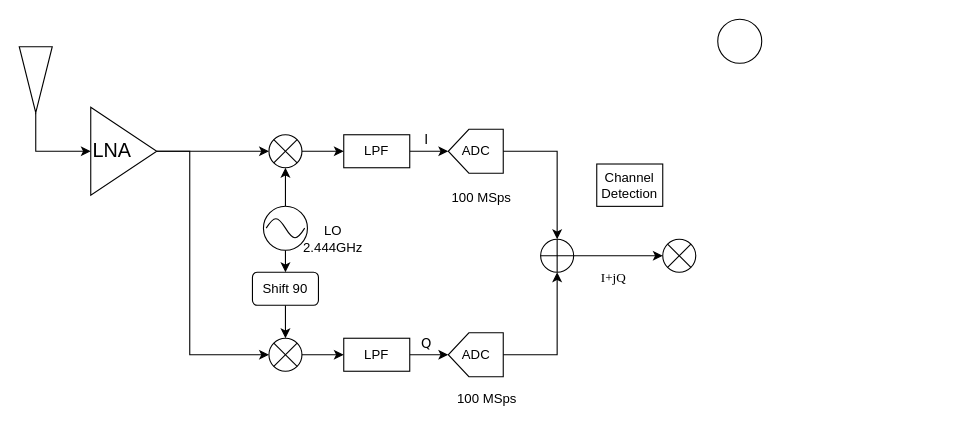
mkashani-phd/BLEWBAN_Dataset keeps this draw.io diagram as Examples/img/preprocessing.drawio. Above is the earlier version. Source tidied: cells renumbered, new cells numbered last; positions are measured from the earlier drawing's top-left corner, leaving out a move shared by most shapes. Both pictures are drawn from the tidied source at 110%, with x=0, y=0 at pixel (2, 19).
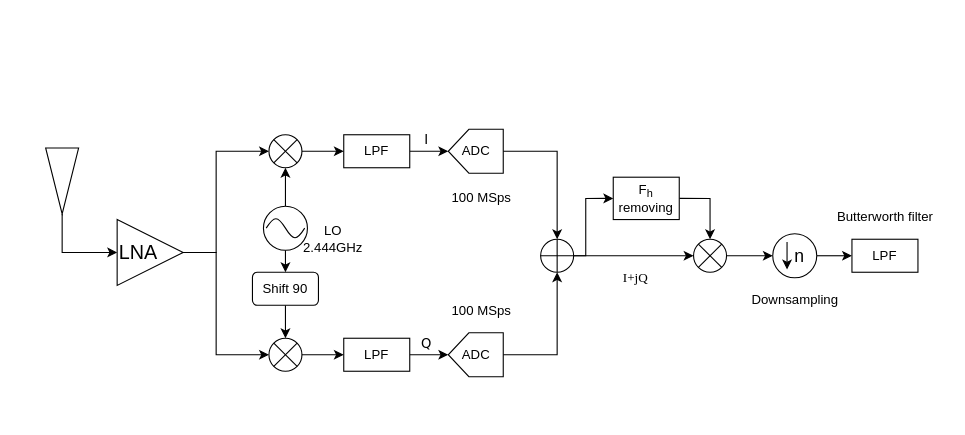
Above is the later version.

Unchanged cells that the change refers to:
```xml
<mxCell id="8" style="ellipse;whiteSpace=wrap;html=1;" parent="7" vertex="1">
  <mxGeometry width="30" height="30" as="geometry" />
</mxCell>
<mxCell id="12" style="ellipse;whiteSpace=wrap;html=1;" parent="11" vertex="1">
  <mxGeometry width="30" height="30" as="geometry" />
</mxCell>
<mxCell id="41" style="ellipse;whiteSpace=wrap;html=1;rotation=45;" parent="40" vertex="1">
  <mxGeometry width="30" height="30" as="geometry" />
</mxCell>
<mxCell id="45" style="ellipse;whiteSpace=wrap;html=1;" parent="44" vertex="1">
  <mxGeometry width="30" height="30" as="geometry" />
</mxCell>
```

The edit, as a diff of the source:
```diff
@@
     <mxCell id="3" style="triangle;whiteSpace=wrap;html=1;rotation=90;" parent="1" vertex="1">
-      <mxGeometry y="40" width="60" height="30" as="geometry" />
+      <mxGeometry x="24" y="132" width="60" height="30" as="geometry" />
     </mxCell>
+    <mxCell id="5" style="edgeStyle=orthogonalEdgeStyle;rounded=0;jettySize=auto;html=1;exitX=1;exitY=0.5;exitDx=0;exitDy=0;entryX=0;entryY=0.5;entryDx=0;entryDy=0;" parent="1" edge="1" source="6" target="12">
+      <mxGeometry relative="1" as="geometry">
+        <Array as="points">
+          <mxPoint x="194" y="212" />
+          <mxPoint x="194" y="305" />
+        </Array>
+      </mxGeometry>
+    </mxCell>
-    <mxCell id="4" style="edgeStyle=none;rounded=0;jettySize=auto;html=1;exitX=1;exitY=0.5;exitDx=0;exitDy=0;entryX=0;entryY=0.5;entryDx=0;entryDy=0;" parent="1" edge="1" source="6" target="8">
-      <mxGeometry relative="1" as="geometry" />
+    <mxCell id="4" style="edgeStyle=orthogonalEdgeStyle;rounded=0;jettySize=auto;html=1;exitX=1;exitY=0.5;exitDx=0;exitDy=0;entryX=0;entryY=0.5;entryDx=0;entryDy=0;" parent="1" edge="1" source="6" target="8">
+      <mxGeometry relative="1" as="geometry">
+        <Array as="points">
+          <mxPoint x="194" y="212" />
+          <mxPoint x="194" y="120" />
+        </Array>
+      </mxGeometry>
     </mxCell>
-    <mxCell id="5" style="edgeStyle=orthogonalEdgeStyle;rounded=0;jettySize=auto;html=1;exitX=1;exitY=0.5;exitDx=0;exitDy=0;entryX=0;entryY=0.5;entryDx=0;entryDy=0;" parent="1" edge="1" source="6" target="12">
-      <mxGeometry relative="1" as="geometry">
-        <Array as="points">
-          <mxPoint x="170" y="120" />
-          <mxPoint x="170" y="305" />
-        </Array>
-      </mxGeometry>
-    </mxCell>
     <mxCell id="6" value="&lt;font style=&quot;font-size: 18px;&quot;&gt;LNA&lt;/font&gt;" style="triangle;whiteSpace=wrap;html=1;align=left;" parent="1" vertex="1">
-      <mxGeometry x="80" y="80" width="60" height="80" as="geometry" />
+      <mxGeometry x="104" y="182" width="60" height="60" as="geometry" />
     </mxCell>
@@
     <mxCell id="35" value="100 MSps" style="text;html=1;align=center;verticalAlign=middle;strokeColor=none;fillColor=none;" parent="1" vertex="1">
-      <mxGeometry x="400" y="330" width="80" height="30" as="geometry" />
+      <mxGeometry x="395" y="250" width="80" height="30" as="geometry" />
     </mxCell>
@@
+    <mxCell id="51" style="edgeStyle=orthogonalEdgeStyle;rounded=0;jettySize=auto;html=1;exitX=1;exitY=0.5;exitDx=0;exitDy=0;entryX=0;entryY=0.5;entryDx=0;entryDy=0;" parent="1" edge="1" source="39" target="57">
+      <mxGeometry relative="1" as="geometry" />
+    </mxCell>
-    <mxCell id="39" style="ellipse;whiteSpace=wrap;html=1;" parent="1" vertex="1">
-      <mxGeometry x="650" width="40" height="40" as="geometry" />
+    <mxCell id="39" value="&lt;font style=&quot;font-size: 16px;&quot;&gt;&amp;nbsp; n&lt;/font&gt;" style="ellipse;whiteSpace=wrap;html=1;" parent="1" vertex="1">
+      <mxGeometry x="700" y="195" width="40" height="40" as="geometry" />
     </mxCell>
@@
     <mxCell id="44" style="group;" parent="1" vertex="1">
-      <mxGeometry x="600" y="200" width="30" height="30" as="geometry" />
+      <mxGeometry x="628" y="200" width="30" height="30" as="geometry" />
     </mxCell>
@@
     <mxCell id="49" value="&lt;font face=&quot;Times New Roman&quot;&gt;I+jQ&lt;/font&gt;" style="text;html=1;align=center;verticalAlign=middle;strokeColor=none;fillColor=none;" parent="1" vertex="1">
-      <mxGeometry x="530" y="220" width="50" height="30" as="geometry" />
+      <mxGeometry x="550" y="220" width="50" height="30" as="geometry" />
     </mxCell>
+    <mxCell id="52" style="edgeStyle=orthogonalEdgeStyle;rounded=0;jettySize=auto;html=1;exitX=1;exitY=0.5;exitDx=0;exitDy=0;entryX=0.5;entryY=0;entryDx=0;entryDy=0;" parent="1" edge="1" source="50" target="45">
+      <mxGeometry relative="1" as="geometry" />
+    </mxCell>
-    <mxCell id="50" value="Channel Detection" style="rounded=0;whiteSpace=wrap;html=1;" parent="1" vertex="1">
-      <mxGeometry x="540" y="131.6" width="60" height="38.5" as="geometry" />
+    <mxCell id="50" value="F&lt;sub&gt;h&lt;/sub&gt; removing" style="rounded=0;whiteSpace=wrap;html=1;" parent="1" vertex="1">
+      <mxGeometry x="555" y="143.6" width="60" height="38.5" as="geometry" />
     </mxCell>
+    <mxCell id="53" style="edgeStyle=orthogonalEdgeStyle;rounded=0;jettySize=auto;html=1;exitX=1;exitY=0;exitDx=0;exitDy=0;entryX=0;entryY=0.5;entryDx=0;entryDy=0;" parent="1" edge="1" source="41" target="50">
+      <mxGeometry relative="1" as="geometry">
+        <Array as="points">
+          <mxPoint x="530" y="215" />
+          <mxPoint x="530" y="163" />
+        </Array>
+      </mxGeometry>
+    </mxCell>
+    <mxCell id="54" style="edgeStyle=orthogonalEdgeStyle;rounded=0;jettySize=auto;html=1;exitX=1;exitY=0.5;exitDx=0;exitDy=0;" parent="1" edge="1" source="45" target="39">
+      <mxGeometry relative="1" as="geometry" />
+    </mxCell>
+    <mxCell id="55" style="endArrow=classic;html=1;rounded=0;" parent="1" edge="1">
+      <mxGeometry relative="1" as="geometry">
+        <mxPoint x="713" y="202.5" as="sourcePoint" />
+        <mxPoint x="713" y="227.5" as="targetPoint" />
+      </mxGeometry>
+    </mxCell>
+    <mxCell id="56" value="Downsampling" style="text;html=1;align=center;verticalAlign=middle;strokeColor=none;fillColor=none;" parent="1" vertex="1">
+      <mxGeometry x="670" y="240" width="100" height="30" as="geometry" />
+    </mxCell>
+    <mxCell id="57" value="LPF" style="rounded=0;whiteSpace=wrap;html=1;" parent="1" vertex="1">
+      <mxGeometry x="772" y="200" width="60" height="30" as="geometry" />
+    </mxCell>
+    <mxCell id="58" value="Butterworth filter" style="text;html=1;align=center;verticalAlign=middle;strokeColor=none;fillColor=none;" parent="1" vertex="1">
+      <mxGeometry x="747" y="165" width="110" height="30" as="geometry" />
+    </mxCell>
```
